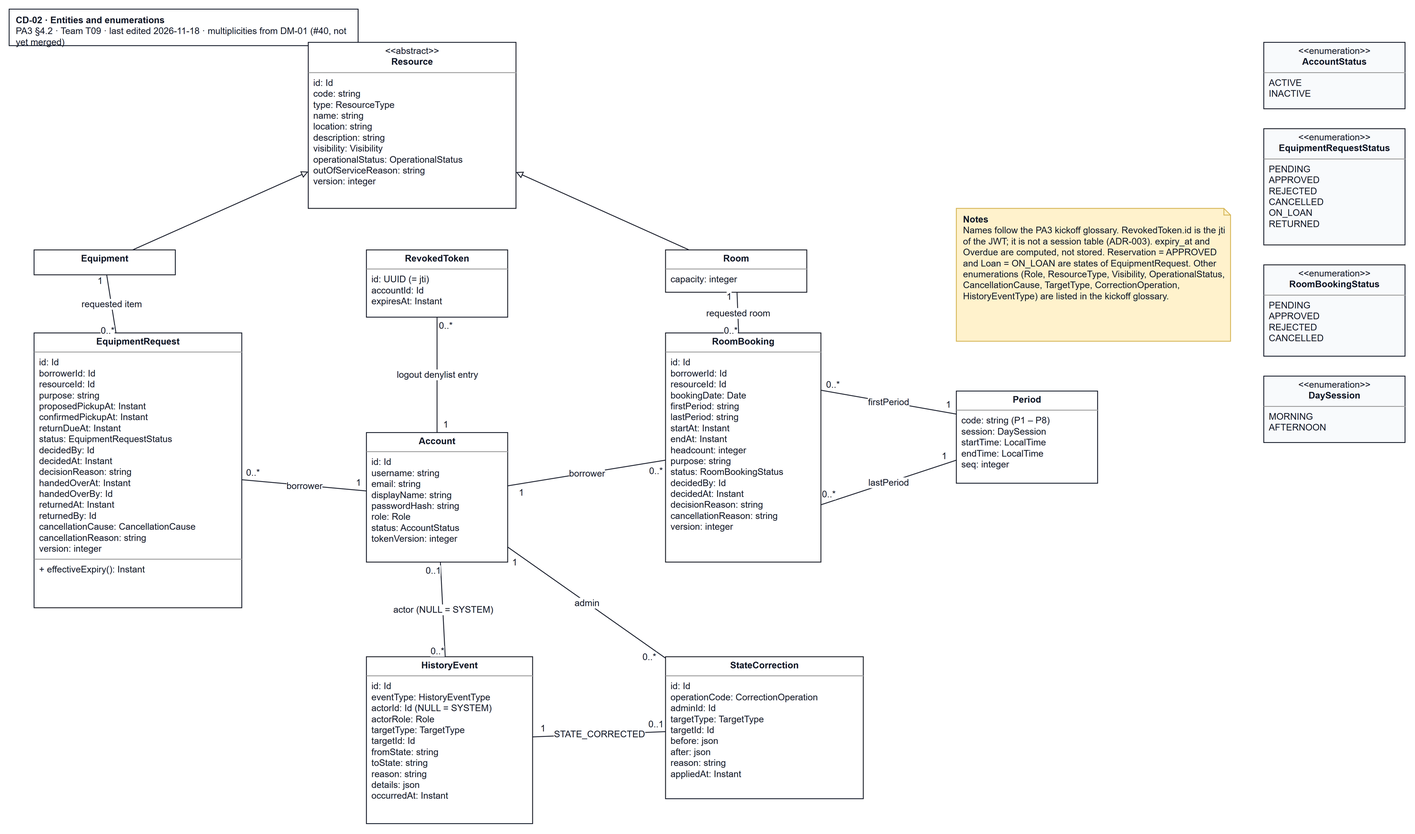
This is docs/design/diagrams/CD-02_entities.drawio.png from JuliaTrang/T09-CampusBorrow, a draw.io export, as it was before one commit. Source tidied: cells renumbered, new cells last; positions are measured from the earlier drawing's top-left corner, leaving out a move shared by most shapes.
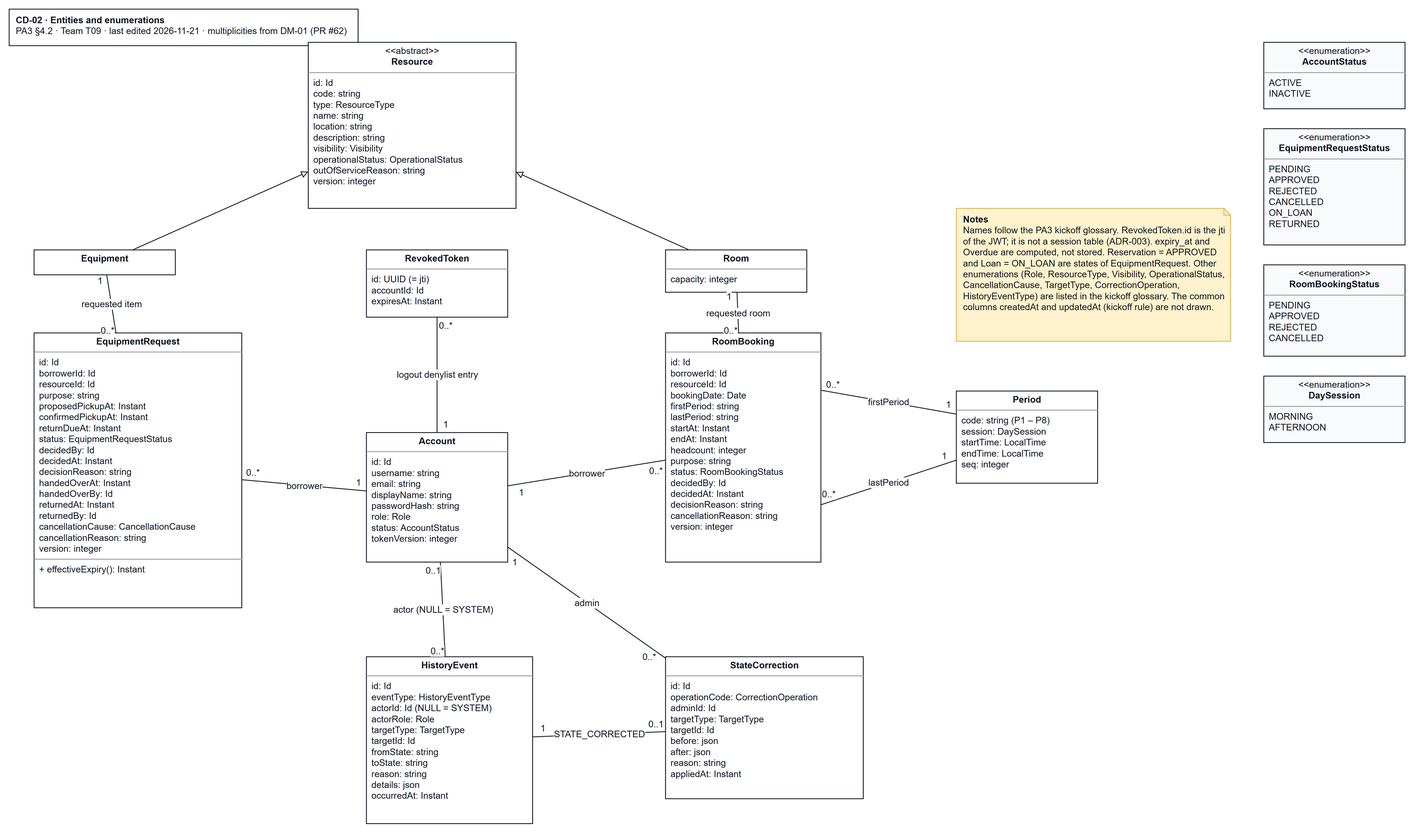
Above is the later version.

Diff of the diagram source:
```diff
@@ -2,7 +2,7 @@
   <root>
     <mxCell id="0" />
     <mxCell id="1" parent="0" />
-    <mxCell id="2" value="&lt;b&gt;CD-02 · Entities and enumerations&lt;/b&gt;&lt;br&gt;PA3 §4.2 · Team T09 · last edited 2026-11-18 · multiplicities from DM-01 (#40, not yet merged)" style="rounded=0;whiteSpace=wrap;html=1;align=left;verticalAlign=top;spacingLeft=6;strokeColor=#111827;fillColor=#ffffff;fontFamily=Arial;fontSize=11;fontColor=#111827;" parent="1" vertex="1">
+    <mxCell id="2" value="&lt;b&gt;CD-02 · Entities and enumerations&lt;/b&gt;&lt;br&gt;PA3 §4.2 · Team T09 · last edited 2026-11-21 · multiplicities from DM-01 (PR #62)" style="rounded=0;whiteSpace=wrap;html=1;align=left;verticalAlign=top;spacingLeft=6;strokeColor=#111827;fillColor=#ffffff;fontFamily=Arial;fontSize=11;fontColor=#111827;" parent="1" vertex="1">
       <mxGeometry width="420" height="44" as="geometry" />
     </mxCell>
     <mxCell id="3" value="&lt;p style=&quot;margin:0px;margin-top:4px;text-align:center;&quot;&gt;&amp;lt;&amp;lt;abstract&amp;gt;&amp;gt;&lt;br&gt;&lt;b&gt;Resource&lt;/b&gt;&lt;/p&gt;&lt;hr size=&quot;1&quot;/&gt;&lt;p style=&quot;margin:0px;margin-left:6px;&quot;&gt;id: Id&lt;br&gt;code: string&lt;br&gt;type: ResourceType&lt;br&gt;name: string&lt;br&gt;location: string&lt;br&gt;description: string&lt;br&gt;visibility: Visibility&lt;br&gt;operationalStatus: OperationalStatus&lt;br&gt;outOfServiceReason: string&lt;br&gt;version: integer&lt;/p&gt;" style="verticalAlign=top;align=left;overflow=fill;html=1;whiteSpace=wrap;rounded=0;strokeColor=#111827;fillColor=#ffffff;fontFamily=Arial;fontSize=11;fontColor=#111827;" parent="1" vertex="1">
@@ -143,7 +143,7 @@
     <mxCell id="48" value="1" style="edgeLabel;html=1;align=center;verticalAlign=middle;fontFamily=Arial;fontSize=11;fontColor=#111827;" parent="46" vertex="1">
       <mxGeometry x="0.85" y="-10" relative="1" as="geometry" />
     </mxCell>
-    <mxCell id="49" value="&lt;b&gt;Notes&lt;/b&gt;&lt;br&gt;Names follow the PA3 kickoff glossary. RevokedToken.id is the jti of the JWT; it is not a session table (ADR-003). expiry_at and Overdue are computed, not stored. Reservation = APPROVED and Loan = ON_LOAN are states of EquipmentRequest. Other enumerations (Role, ResourceType, Visibility, OperationalStatus, CancellationCause, TargetType, CorrectionOperation, HistoryEventType) are listed in the kickoff glossary." style="shape=note;size=8;whiteSpace=wrap;html=1;align=left;verticalAlign=top;spacingLeft=6;fillColor=#fff2cc;strokeColor=#d6b656;fontFamily=Arial;fontSize=11;fontColor=#111827;" parent="1" vertex="1">
+    <mxCell id="49" value="&lt;b&gt;Notes&lt;/b&gt;&lt;br&gt;Names follow the PA3 kickoff glossary. RevokedToken.id is the jti of the JWT; it is not a session table (ADR-003). expiry_at and Overdue are computed, not stored. Reservation = APPROVED and Loan = ON_LOAN are states of EquipmentRequest. Other enumerations (Role, ResourceType, Visibility, OperationalStatus, CancellationCause, TargetType, CorrectionOperation, HistoryEventType) are listed in the kickoff glossary. The common columns createdAt and updatedAt (kickoff rule) are not drawn." style="shape=note;size=8;whiteSpace=wrap;html=1;align=left;verticalAlign=top;spacingLeft=6;fillColor=#fff2cc;strokeColor=#d6b656;fontFamily=Arial;fontSize=11;fontColor=#111827;" parent="1" vertex="1">
       <mxGeometry x="1140" y="240" width="330" height="160" as="geometry" />
     </mxCell>
   </root>
```
